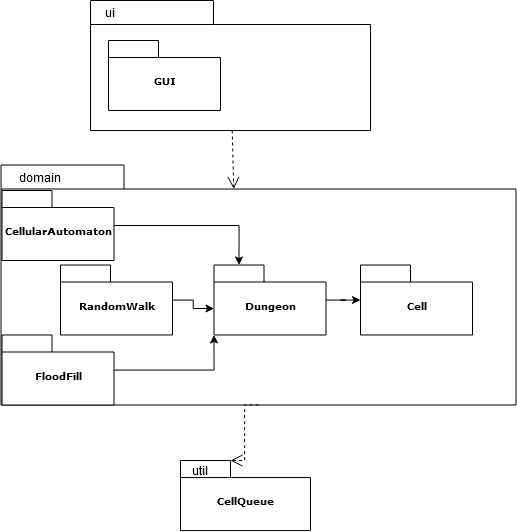
Before: Documentation/Pictures/Diagram.png, a diagram exported from draw.io (tire95/DungeonGenerator). Source tidied: cells renumbered, new cells last; positions are measured from the earlier drawing's top-left corner, leaving out a move shared by most shapes. Its diagram source:
```xml
<mxGraphModel background="#ffffff">
  <root>
    <mxCell id="0" />
    <mxCell id="1" parent="0" />
    <mxCell id="2" style="group;" parent="1" vertex="1">
      <mxGeometry x="90" width="280" height="130" as="geometry" />
    </mxCell>
    <mxCell id="3" style="shape=folder;fontStyle=1;spacingTop=10;tabWidth=123;tabHeight=24;tabPosition=left;html=1;rounded=0;shadow=0;comic=0;labelBackgroundColor=none;strokeWidth=1;fontFamily=Verdana;fontSize=10;align=center;" parent="2" vertex="1">
      <mxGeometry width="280" height="130" as="geometry" />
    </mxCell>
    <mxCell id="4" value="GUI" style="shape=folder;fontStyle=1;spacingTop=10;tabWidth=50;tabHeight=17;tabPosition=left;html=1;rounded=0;shadow=0;comic=0;labelBackgroundColor=none;strokeWidth=1;fontFamily=Verdana;fontSize=10;align=center;" parent="2" vertex="1">
      <mxGeometry x="18" y="40" width="112" height="70" as="geometry" />
    </mxCell>
    <mxCell id="5" value="ui" style="text;html=1;strokeColor=none;fillColor=none;align=center;verticalAlign=middle;whiteSpace=wrap;rounded=0;" parent="2" vertex="1">
      <mxGeometry y="2" width="40" height="20" as="geometry" />
    </mxCell>
    <mxCell id="6" style="shape=folder;fontStyle=1;spacingTop=10;tabWidth=123;tabHeight=24;tabPosition=left;html=1;rounded=0;shadow=0;comic=0;labelBackgroundColor=none;strokeColor=#000000;strokeWidth=1;fillColor=#ffffff;fontFamily=Verdana;fontSize=10;fontColor=#000000;align=center;" parent="1" vertex="1">
      <mxGeometry x="0.5" y="164.5" width="515" height="240" as="geometry" />
    </mxCell>
    <mxCell id="7" style="edgeStyle=orthogonalEdgeStyle;rounded=0;jettySize=auto;html=1;entryX=0;entryY=0;entryDx=25;entryDy=0;entryPerimeter=0;" parent="1" edge="1" source="8" target="10">
      <mxGeometry relative="1" as="geometry" />
    </mxCell>
    <mxCell id="8" value="CellularAutomaton" style="shape=folder;fontStyle=1;spacingTop=10;tabWidth=50;tabHeight=17;tabPosition=left;html=1;rounded=0;shadow=0;comic=0;labelBackgroundColor=none;strokeColor=#000000;strokeWidth=1;fillColor=#ffffff;fontFamily=Verdana;fontSize=10;fontColor=#000000;align=center;" parent="1" vertex="1">
      <mxGeometry x="1.5" y="190" width="112" height="70" as="geometry" />
    </mxCell>
    <mxCell id="9" style="edgeStyle=orthogonalEdgeStyle;rounded=0;jettySize=auto;html=1;" parent="1" edge="1" source="10" target="21">
      <mxGeometry relative="1" as="geometry" />
    </mxCell>
    <mxCell id="10" value="Dungeon" style="shape=folder;fontStyle=1;spacingTop=10;tabWidth=50;tabHeight=17;tabPosition=left;html=1;rounded=0;shadow=0;comic=0;labelBackgroundColor=none;strokeColor=#000000;strokeWidth=1;fillColor=#ffffff;fontFamily=Verdana;fontSize=10;fontColor=#000000;align=center;" parent="1" vertex="1">
      <mxGeometry x="213.5" y="264.5" width="112" height="70" as="geometry" />
    </mxCell>
    <mxCell id="11" style="edgeStyle=elbowEdgeStyle;rounded=0;html=1;dashed=1;labelBackgroundColor=none;startFill=0;endArrow=open;endFill=0;endSize=10;fontFamily=Verdana;fontSize=10;exitX=0.5;exitY=1;exitDx=0;exitDy=0;exitPerimeter=0;entryX=0;entryY=0;entryDx=50;entryDy=0;entryPerimeter=0;" parent="1" edge="1" source="6" target="13">
      <mxGeometry relative="1" as="geometry" />
    </mxCell>
    <mxCell id="12" style="group;" parent="1" vertex="1">
      <mxGeometry x="180" y="460.1" width="130" height="70" as="geometry" />
    </mxCell>
    <mxCell id="13" value="CellQueue" style="shape=folder;fontStyle=1;spacingTop=10;tabWidth=50;tabHeight=17;tabPosition=left;html=1;rounded=0;shadow=0;comic=0;labelBackgroundColor=none;strokeWidth=1;fontFamily=Verdana;fontSize=10;align=center;" parent="12" vertex="1">
      <mxGeometry width="130" height="70" as="geometry" />
    </mxCell>
    <mxCell id="14" value="util" style="text;html=1;strokeColor=none;fillColor=none;align=center;verticalAlign=middle;whiteSpace=wrap;rounded=0;" parent="12" vertex="1">
      <mxGeometry y="-0.1" width="40" height="20" as="geometry" />
    </mxCell>
    <mxCell id="15" style="rounded=0;html=1;entryX=0.452;entryY=0.1;entryPerimeter=0;dashed=1;labelBackgroundColor=none;startFill=0;endArrow=open;endFill=0;endSize=10;fontFamily=Verdana;fontSize=10;" parent="1" edge="1" source="3" target="6">
      <mxGeometry relative="1" as="geometry" />
    </mxCell>
    <mxCell id="16" value="domain" style="text;html=1;strokeColor=none;fillColor=none;align=center;verticalAlign=middle;whiteSpace=wrap;rounded=0;" parent="1" vertex="1">
      <mxGeometry x="20" y="166.5" width="40" height="20" as="geometry" />
    </mxCell>
    <mxCell id="17" style="edgeStyle=orthogonalEdgeStyle;rounded=0;jettySize=auto;html=1;entryX=0;entryY=0;entryDx=0;entryDy=43.5;entryPerimeter=0;" parent="1" edge="1" source="18" target="10">
      <mxGeometry relative="1" as="geometry" />
    </mxCell>
    <mxCell id="18" value="RandomWalk" style="shape=folder;fontStyle=1;spacingTop=10;tabWidth=50;tabHeight=17;tabPosition=left;html=1;rounded=0;shadow=0;comic=0;labelBackgroundColor=none;strokeColor=#000000;strokeWidth=1;fillColor=#ffffff;fontFamily=Verdana;fontSize=10;fontColor=#000000;align=center;" parent="1" vertex="1">
      <mxGeometry x="60" y="264.5" width="112" height="70" as="geometry" />
    </mxCell>
    <mxCell id="19" style="edgeStyle=orthogonalEdgeStyle;rounded=0;jettySize=auto;html=1;entryX=0;entryY=0;entryDx=0;entryDy=70;entryPerimeter=0;" parent="1" edge="1" source="20" target="10">
      <mxGeometry relative="1" as="geometry" />
    </mxCell>
    <mxCell id="20" value="FloodFill" style="shape=folder;fontStyle=1;spacingTop=10;tabWidth=50;tabHeight=17;tabPosition=left;html=1;rounded=0;shadow=0;comic=0;labelBackgroundColor=none;strokeColor=#000000;strokeWidth=1;fillColor=#ffffff;fontFamily=Verdana;fontSize=10;fontColor=#000000;align=center;" parent="1" vertex="1">
      <mxGeometry x="1.5" y="334.5" width="112" height="70" as="geometry" />
    </mxCell>
    <mxCell id="21" value="Cell" style="shape=folder;fontStyle=1;spacingTop=10;tabWidth=50;tabHeight=17;tabPosition=left;html=1;rounded=0;shadow=0;comic=0;labelBackgroundColor=none;strokeColor=#000000;strokeWidth=1;fillColor=#ffffff;fontFamily=Verdana;fontSize=10;fontColor=#000000;align=center;" parent="1" vertex="1">
      <mxGeometry x="360" y="264.5" width="112" height="70" as="geometry" />
    </mxCell>
  </root>
</mxGraphModel>
```
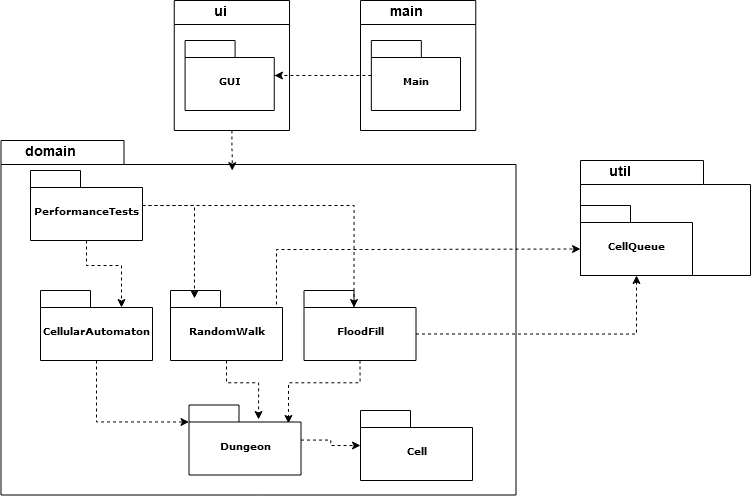
After the commit.

Diff of the diagram source:
```diff
@@ -2,65 +2,105 @@
   <root>
     <mxCell id="0" />
     <mxCell id="1" parent="0" />
-    <mxCell id="2" style="group;" parent="1" vertex="1">
-      <mxGeometry x="90" width="280" height="130" as="geometry" />
-    </mxCell>
-    <mxCell id="3" style="shape=folder;fontStyle=1;spacingTop=10;tabWidth=123;tabHeight=24;tabPosition=left;html=1;rounded=0;shadow=0;comic=0;labelBackgroundColor=none;strokeWidth=1;fontFamily=Verdana;fontSize=10;align=center;" parent="2" vertex="1">
-      <mxGeometry width="280" height="130" as="geometry" />
-    </mxCell>
+    <mxCell id="22" value="ui" style="group;" parent="1" vertex="1">
+      <mxGeometry x="173.8" y="-90" width="168.5" height="130" as="geometry" />
+    </mxCell>
+    <mxCell id="23" style="shape=folder;fontStyle=1;spacingTop=10;tabWidth=123;tabHeight=24;tabPosition=left;html=1;rounded=0;shadow=0;comic=0;labelBackgroundColor=none;strokeWidth=1;fontFamily=Verdana;fontSize=10;align=center;" parent="22" vertex="1">
+      <mxGeometry width="115.3" height="130" as="geometry" />
+    </mxCell>
-    <mxCell id="4" value="GUI" style="shape=folder;fontStyle=1;spacingTop=10;tabWidth=50;tabHeight=17;tabPosition=left;html=1;rounded=0;shadow=0;comic=0;labelBackgroundColor=none;strokeWidth=1;fontFamily=Verdana;fontSize=10;align=center;" parent="2" vertex="1">
-      <mxGeometry x="18" y="40" width="112" height="70" as="geometry" />
+    <mxCell id="4" value="GUI" style="shape=folder;fontStyle=1;spacingTop=10;tabWidth=50;tabHeight=17;tabPosition=left;html=1;rounded=0;shadow=0;comic=0;labelBackgroundColor=none;strokeWidth=1;fontFamily=Verdana;fontSize=10;align=center;" parent="22" vertex="1">
+      <mxGeometry x="10.8" y="40" width="89.2" height="70" as="geometry" />
     </mxCell>
-    <mxCell id="5" value="ui" style="text;html=1;strokeColor=none;fillColor=none;align=center;verticalAlign=middle;whiteSpace=wrap;rounded=0;" parent="2" vertex="1">
-      <mxGeometry y="2" width="40" height="20" as="geometry" />
-    </mxCell>
-    <mxCell id="6" style="shape=folder;fontStyle=1;spacingTop=10;tabWidth=123;tabHeight=24;tabPosition=left;html=1;rounded=0;shadow=0;comic=0;labelBackgroundColor=none;strokeColor=#000000;strokeWidth=1;fillColor=#ffffff;fontFamily=Verdana;fontSize=10;fontColor=#000000;align=center;" parent="1" vertex="1">
-      <mxGeometry x="0.5" y="164.5" width="515" height="240" as="geometry" />
-    </mxCell>
+    <mxCell id="24" value="&lt;b&gt;&lt;font style=&quot;font-size: 14px&quot;&gt;ui&lt;/font&gt;&lt;/b&gt;" style="text;html=1;strokeColor=none;fillColor=none;align=center;verticalAlign=middle;whiteSpace=wrap;rounded=0;" parent="22" vertex="1">
+      <mxGeometry x="26.2" width="40" height="20" as="geometry" />
+    </mxCell>
+    <mxCell id="25" style="shape=folder;fontStyle=1;spacingTop=10;tabWidth=123;tabHeight=24;tabPosition=left;html=1;rounded=0;shadow=0;comic=0;labelBackgroundColor=none;strokeColor=#000000;strokeWidth=1;fillColor=#ffffff;fontFamily=Verdana;fontSize=10;fontColor=#000000;align=center;" parent="1" vertex="1">
+      <mxGeometry x="0.5" y="50" width="515" height="354.5" as="geometry" />
+    </mxCell>
+    <mxCell id="19" style="edgeStyle=orthogonalEdgeStyle;rounded=0;jettySize=auto;html=1;entryX=0.888;entryY=0.264;entryDx=0;entryDy=0;entryPerimeter=0;dashed=1;endArrow=classic;endFill=1;exitX=0.5;exitY=1;exitDx=0;exitDy=0;exitPerimeter=0;" parent="1" edge="1" source="20" target="10">
+      <mxGeometry relative="1" as="geometry" />
+    </mxCell>
+    <mxCell id="26" style="edgeStyle=orthogonalEdgeStyle;rounded=0;jettySize=auto;html=1;dashed=1;endArrow=classic;endFill=1;exitX=0;exitY=0;exitDx=112;exitDy=43.5;exitPerimeter=0;" parent="1" edge="1" source="20" target="13">
+      <mxGeometry relative="1" as="geometry" />
+    </mxCell>
+    <mxCell id="20" value="FloodFill" style="shape=folder;fontStyle=1;spacingTop=10;tabWidth=50;tabHeight=17;tabPosition=left;html=1;rounded=0;shadow=0;comic=0;labelBackgroundColor=none;strokeColor=#000000;strokeWidth=1;fillColor=#ffffff;fontFamily=Verdana;fontSize=10;fontColor=#000000;align=center;" parent="1" vertex="1">
+      <mxGeometry x="303.5" y="200" width="112" height="70" as="geometry" />
+    </mxCell>
+    <mxCell id="9" style="edgeStyle=orthogonalEdgeStyle;rounded=0;jettySize=auto;html=1;dashed=1;endArrow=classic;endFill=1;" parent="1" edge="1" source="10" target="21">
+      <mxGeometry relative="1" as="geometry" />
+    </mxCell>
+    <mxCell id="10" value="Dungeon" style="shape=folder;fontStyle=1;spacingTop=10;tabWidth=50;tabHeight=17;tabPosition=left;html=1;rounded=0;shadow=0;comic=0;labelBackgroundColor=none;strokeColor=#000000;strokeWidth=1;fillColor=#ffffff;fontFamily=Verdana;fontSize=10;fontColor=#000000;align=center;" parent="1" vertex="1">
+      <mxGeometry x="188.5" y="314.5" width="112" height="70" as="geometry" />
+    </mxCell>
+    <mxCell id="27" style="edgeStyle=orthogonalEdgeStyle;rounded=0;jettySize=auto;html=1;dashed=1;entryX=0.449;entryY=0.085;entryDx=0;entryDy=0;entryPerimeter=0;" parent="1" edge="1" source="23" target="25">
+      <mxGeometry relative="1" as="geometry" />
+    </mxCell>
-    <mxCell id="7" style="edgeStyle=orthogonalEdgeStyle;rounded=0;jettySize=auto;html=1;entryX=0;entryY=0;entryDx=25;entryDy=0;entryPerimeter=0;" parent="1" edge="1" source="8" target="10">
+    <mxCell id="7" style="edgeStyle=orthogonalEdgeStyle;rounded=0;jettySize=auto;html=1;entryX=0;entryY=0;entryDx=0;entryDy=17;entryPerimeter=0;dashed=1;exitX=0.5;exitY=1;exitDx=0;exitDy=0;exitPerimeter=0;" parent="1" edge="1" source="8" target="10">
       <mxGeometry relative="1" as="geometry" />
     </mxCell>
     <mxCell id="8" value="CellularAutomaton" style="shape=folder;fontStyle=1;spacingTop=10;tabWidth=50;tabHeight=17;tabPosition=left;html=1;rounded=0;shadow=0;comic=0;labelBackgroundColor=none;strokeColor=#000000;strokeWidth=1;fillColor=#ffffff;fontFamily=Verdana;fontSize=10;fontColor=#000000;align=center;" parent="1" vertex="1">
-      <mxGeometry x="1.5" y="190" width="112" height="70" as="geometry" />
+      <mxGeometry x="40" y="200" width="112" height="70" as="geometry" />
     </mxCell>
-    <mxCell id="9" style="edgeStyle=orthogonalEdgeStyle;rounded=0;jettySize=auto;html=1;" parent="1" edge="1" source="10" target="21">
-      <mxGeometry relative="1" as="geometry" />
-    </mxCell>
-    <mxCell id="10" value="Dungeon" style="shape=folder;fontStyle=1;spacingTop=10;tabWidth=50;tabHeight=17;tabPosition=left;html=1;rounded=0;shadow=0;comic=0;labelBackgroundColor=none;strokeColor=#000000;strokeWidth=1;fillColor=#ffffff;fontFamily=Verdana;fontSize=10;fontColor=#000000;align=center;" parent="1" vertex="1">
-      <mxGeometry x="213.5" y="264.5" width="112" height="70" as="geometry" />
-    </mxCell>
-    <mxCell id="11" style="edgeStyle=elbowEdgeStyle;rounded=0;html=1;dashed=1;labelBackgroundColor=none;startFill=0;endArrow=open;endFill=0;endSize=10;fontFamily=Verdana;fontSize=10;exitX=0.5;exitY=1;exitDx=0;exitDy=0;exitPerimeter=0;entryX=0;entryY=0;entryDx=50;entryDy=0;entryPerimeter=0;" parent="1" edge="1" source="6" target="13">
-      <mxGeometry relative="1" as="geometry" />
-    </mxCell>
-    <mxCell id="12" style="group;" parent="1" vertex="1">
-      <mxGeometry x="180" y="460.1" width="130" height="70" as="geometry" />
-    </mxCell>
+    <mxCell id="17" style="edgeStyle=orthogonalEdgeStyle;rounded=0;jettySize=auto;html=1;entryX=0.621;entryY=0.207;entryDx=0;entryDy=0;entryPerimeter=0;dashed=1;exitX=0.5;exitY=1;exitDx=0;exitDy=0;exitPerimeter=0;" parent="1" edge="1" source="18" target="10">
+      <mxGeometry relative="1" as="geometry" />
+    </mxCell>
+    <mxCell id="28" style="edgeStyle=orthogonalEdgeStyle;rounded=0;jettySize=auto;html=1;entryX=0;entryY=0;entryDx=0;entryDy=43.5;entryPerimeter=0;dashed=1;endArrow=classic;endFill=1;exitX=0.946;exitY=0.2;exitDx=0;exitDy=0;exitPerimeter=0;" parent="1" edge="1" source="18" target="13">
+      <mxGeometry relative="1" as="geometry">
+        <Array as="points">
+          <mxPoint x="276" y="159" />
+          <mxPoint x="360" y="159" />
+        </Array>
+      </mxGeometry>
+    </mxCell>
+    <mxCell id="18" value="RandomWalk" style="shape=folder;fontStyle=1;spacingTop=10;tabWidth=50;tabHeight=17;tabPosition=left;html=1;rounded=0;shadow=0;comic=0;labelBackgroundColor=none;strokeColor=#000000;strokeWidth=1;fillColor=#ffffff;fontFamily=Verdana;fontSize=10;fontColor=#000000;align=center;" parent="1" vertex="1">
+      <mxGeometry x="170" y="200" width="112" height="70" as="geometry" />
+    </mxCell>
+    <mxCell id="21" value="Cell" style="shape=folder;fontStyle=1;spacingTop=10;tabWidth=50;tabHeight=17;tabPosition=left;html=1;rounded=0;shadow=0;comic=0;labelBackgroundColor=none;strokeColor=#000000;strokeWidth=1;fillColor=#ffffff;fontFamily=Verdana;fontSize=10;fontColor=#000000;align=center;" parent="1" vertex="1">
+      <mxGeometry x="360" y="320" width="112" height="70" as="geometry" />
+    </mxCell>
+    <mxCell id="29" style="shape=folder;fontStyle=1;spacingTop=10;tabWidth=123;tabHeight=24;tabPosition=left;html=1;rounded=0;shadow=0;comic=0;labelBackgroundColor=none;strokeColor=#000000;strokeWidth=1;fillColor=#ffffff;fontFamily=Verdana;fontSize=10;fontColor=#000000;align=center;" parent="1" vertex="1">
+      <mxGeometry x="580" y="70" width="170" height="115" as="geometry" />
+    </mxCell>
-    <mxCell id="13" value="CellQueue" style="shape=folder;fontStyle=1;spacingTop=10;tabWidth=50;tabHeight=17;tabPosition=left;html=1;rounded=0;shadow=0;comic=0;labelBackgroundColor=none;strokeWidth=1;fontFamily=Verdana;fontSize=10;align=center;" parent="12" vertex="1">
-      <mxGeometry width="130" height="70" as="geometry" />
+    <mxCell id="13" value="CellQueue" style="shape=folder;fontStyle=1;spacingTop=10;tabWidth=50;tabHeight=17;tabPosition=left;html=1;rounded=0;shadow=0;comic=0;labelBackgroundColor=none;strokeColor=#000000;strokeWidth=1;fillColor=#ffffff;fontFamily=Verdana;fontSize=10;fontColor=#000000;align=center;" parent="1" vertex="1">
+      <mxGeometry x="580" y="115" width="112" height="70" as="geometry" />
     </mxCell>
+    <mxCell id="30" style="edgeStyle=orthogonalEdgeStyle;rounded=0;jettySize=auto;html=1;dashed=1;endArrow=classic;endFill=1;entryX=0;entryY=0;entryDx=81;entryDy=17;entryPerimeter=0;" parent="1" edge="1" source="33" target="8">
+      <mxGeometry relative="1" as="geometry" />
+    </mxCell>
+    <mxCell id="31" style="edgeStyle=orthogonalEdgeStyle;rounded=0;jettySize=auto;html=1;entryX=0.214;entryY=0.114;entryDx=0;entryDy=0;entryPerimeter=0;dashed=1;endArrow=classic;endFill=1;" parent="1" edge="1" source="33" target="18">
+      <mxGeometry relative="1" as="geometry" />
+    </mxCell>
+    <mxCell id="32" style="edgeStyle=orthogonalEdgeStyle;rounded=0;jettySize=auto;html=1;entryX=0;entryY=0;entryDx=50;entryDy=17;entryPerimeter=0;dashed=1;endArrow=classic;endFill=1;" parent="1" edge="1" source="33" target="20">
+      <mxGeometry relative="1" as="geometry" />
+    </mxCell>
+    <mxCell id="33" value="PerformanceTests" style="shape=folder;fontStyle=1;spacingTop=10;tabWidth=50;tabHeight=17;tabPosition=left;html=1;rounded=0;shadow=0;comic=0;labelBackgroundColor=none;strokeColor=#000000;strokeWidth=1;fillColor=#ffffff;fontFamily=Verdana;fontSize=10;fontColor=#000000;align=center;" parent="1" vertex="1">
+      <mxGeometry x="30" y="80" width="112" height="70" as="geometry" />
+    </mxCell>
+    <mxCell id="16" value="&lt;b&gt;&lt;font style=&quot;font-size: 14px&quot;&gt;domain&lt;/font&gt;&lt;/b&gt;" style="text;html=1;strokeColor=none;fillColor=none;align=center;verticalAlign=middle;whiteSpace=wrap;rounded=0;" parent="1" vertex="1">
+      <mxGeometry x="30" y="50" width="40" height="20" as="geometry" />
+    </mxCell>
-    <mxCell id="14" value="util" style="text;html=1;strokeColor=none;fillColor=none;align=center;verticalAlign=middle;whiteSpace=wrap;rounded=0;" parent="12" vertex="1">
-      <mxGeometry y="-0.1" width="40" height="20" as="geometry" />
+    <mxCell id="14" value="&lt;b&gt;&lt;font style=&quot;font-size: 14px&quot;&gt;util&lt;/font&gt;&lt;/b&gt;" style="text;html=1;strokeColor=none;fillColor=none;align=center;verticalAlign=middle;whiteSpace=wrap;rounded=0;" parent="1" vertex="1">
+      <mxGeometry x="600" y="70" width="40" height="20" as="geometry" />
     </mxCell>
-    <mxCell id="15" style="rounded=0;html=1;entryX=0.452;entryY=0.1;entryPerimeter=0;dashed=1;labelBackgroundColor=none;startFill=0;endArrow=open;endFill=0;endSize=10;fontFamily=Verdana;fontSize=10;" parent="1" edge="1" source="3" target="6">
-      <mxGeometry relative="1" as="geometry" />
-    </mxCell>
-    <mxCell id="16" value="domain" style="text;html=1;strokeColor=none;fillColor=none;align=center;verticalAlign=middle;whiteSpace=wrap;rounded=0;" parent="1" vertex="1">
-      <mxGeometry x="20" y="166.5" width="40" height="20" as="geometry" />
-    </mxCell>
-    <mxCell id="17" style="edgeStyle=orthogonalEdgeStyle;rounded=0;jettySize=auto;html=1;entryX=0;entryY=0;entryDx=0;entryDy=43.5;entryPerimeter=0;" parent="1" edge="1" source="18" target="10">
-      <mxGeometry relative="1" as="geometry" />
-    </mxCell>
-    <mxCell id="18" value="RandomWalk" style="shape=folder;fontStyle=1;spacingTop=10;tabWidth=50;tabHeight=17;tabPosition=left;html=1;rounded=0;shadow=0;comic=0;labelBackgroundColor=none;strokeColor=#000000;strokeWidth=1;fillColor=#ffffff;fontFamily=Verdana;fontSize=10;fontColor=#000000;align=center;" parent="1" vertex="1">
-      <mxGeometry x="60" y="264.5" width="112" height="70" as="geometry" />
-    </mxCell>
-    <mxCell id="19" style="edgeStyle=orthogonalEdgeStyle;rounded=0;jettySize=auto;html=1;entryX=0;entryY=0;entryDx=0;entryDy=70;entryPerimeter=0;" parent="1" edge="1" source="20" target="10">
-      <mxGeometry relative="1" as="geometry" />
-    </mxCell>
-    <mxCell id="20" value="FloodFill" style="shape=folder;fontStyle=1;spacingTop=10;tabWidth=50;tabHeight=17;tabPosition=left;html=1;rounded=0;shadow=0;comic=0;labelBackgroundColor=none;strokeColor=#000000;strokeWidth=1;fillColor=#ffffff;fontFamily=Verdana;fontSize=10;fontColor=#000000;align=center;" parent="1" vertex="1">
-      <mxGeometry x="1.5" y="334.5" width="112" height="70" as="geometry" />
-    </mxCell>
-    <mxCell id="21" value="Cell" style="shape=folder;fontStyle=1;spacingTop=10;tabWidth=50;tabHeight=17;tabPosition=left;html=1;rounded=0;shadow=0;comic=0;labelBackgroundColor=none;strokeColor=#000000;strokeWidth=1;fillColor=#ffffff;fontFamily=Verdana;fontSize=10;fontColor=#000000;align=center;" parent="1" vertex="1">
-      <mxGeometry x="360" y="264.5" width="112" height="70" as="geometry" />
-    </mxCell>
+    <mxCell id="34" value="ui" style="group;" parent="1" vertex="1">
+      <mxGeometry x="360" y="-90" width="168.5" height="130" as="geometry" />
+    </mxCell>
+    <mxCell id="35" style="shape=folder;fontStyle=1;spacingTop=10;tabWidth=123;tabHeight=24;tabPosition=left;html=1;rounded=0;shadow=0;comic=0;labelBackgroundColor=none;strokeWidth=1;fontFamily=Verdana;fontSize=10;align=center;" parent="34" vertex="1">
+      <mxGeometry width="115.3" height="130" as="geometry" />
+    </mxCell>
+    <mxCell id="36" value="Main" style="shape=folder;fontStyle=1;spacingTop=10;tabWidth=50;tabHeight=17;tabPosition=left;html=1;rounded=0;shadow=0;comic=0;labelBackgroundColor=none;strokeWidth=1;fontFamily=Verdana;fontSize=10;align=center;" parent="34" vertex="1">
+      <mxGeometry x="10.8" y="40" width="89.2" height="70" as="geometry" />
+    </mxCell>
+    <mxCell id="37" value="&lt;b&gt;&lt;font style=&quot;font-size: 14px&quot;&gt;main&lt;/font&gt;&lt;/b&gt;" style="text;html=1;strokeColor=none;fillColor=none;align=center;verticalAlign=middle;whiteSpace=wrap;rounded=0;" parent="34" vertex="1">
+      <mxGeometry x="26.2" width="40" height="20" as="geometry" />
+    </mxCell>
+    <mxCell id="38" style="edgeStyle=orthogonalEdgeStyle;rounded=0;jettySize=auto;html=1;dashed=1;endArrow=classic;endFill=1;" parent="1" edge="1" source="36">
+      <mxGeometry relative="1" as="geometry">
+        <mxPoint x="274" y="-15" as="targetPoint" />
+        <Array as="points">
+          <mxPoint x="274" y="-15" />
+        </Array>
+      </mxGeometry>
+    </mxCell>
   </root>
 </mxGraphModel>
```
